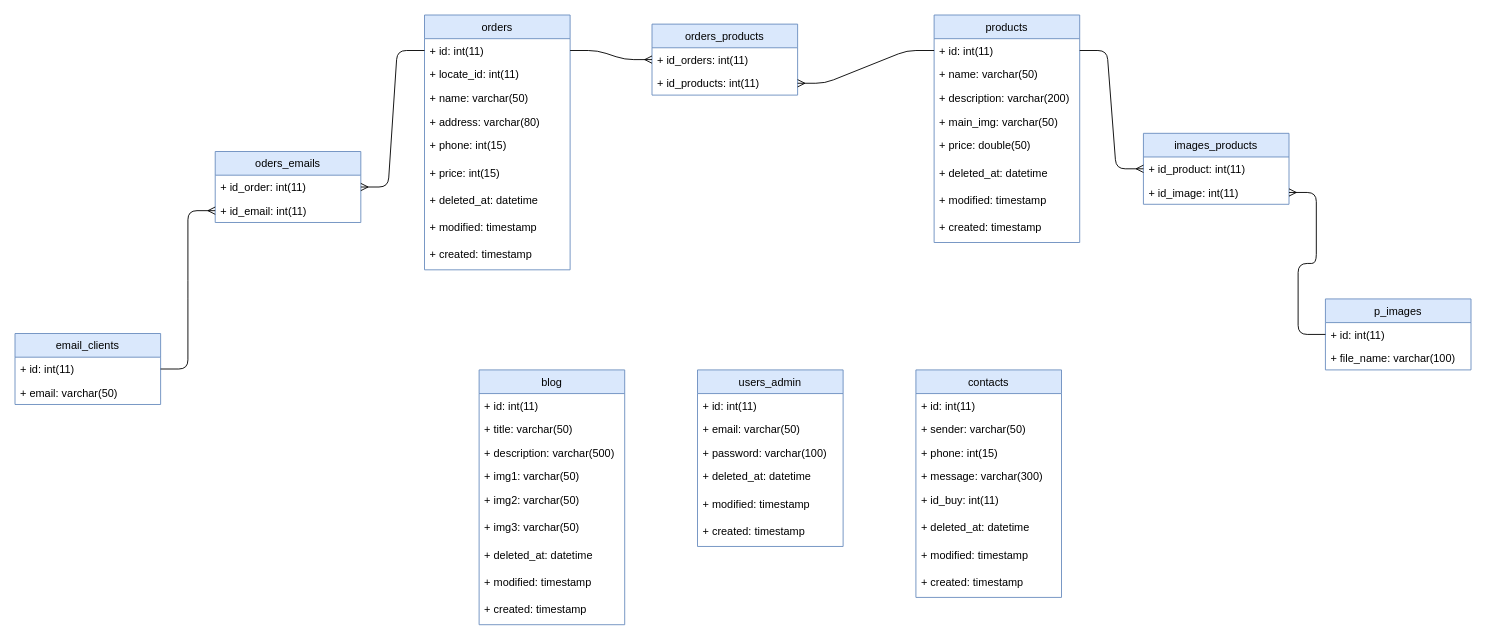
RaulBHG/TFG-Shop keeps this draw.io diagram as BBDD_diagram.drawio. Above is the earlier version. Source tidied: cells renumbered, new cells numbered last; positions are measured from the earlier drawing's top-left corner, leaving out a move shared by most shapes. Both pictures are drawn from the tidied source at 91%, with x=0, y=0 at pixel (15, 15).
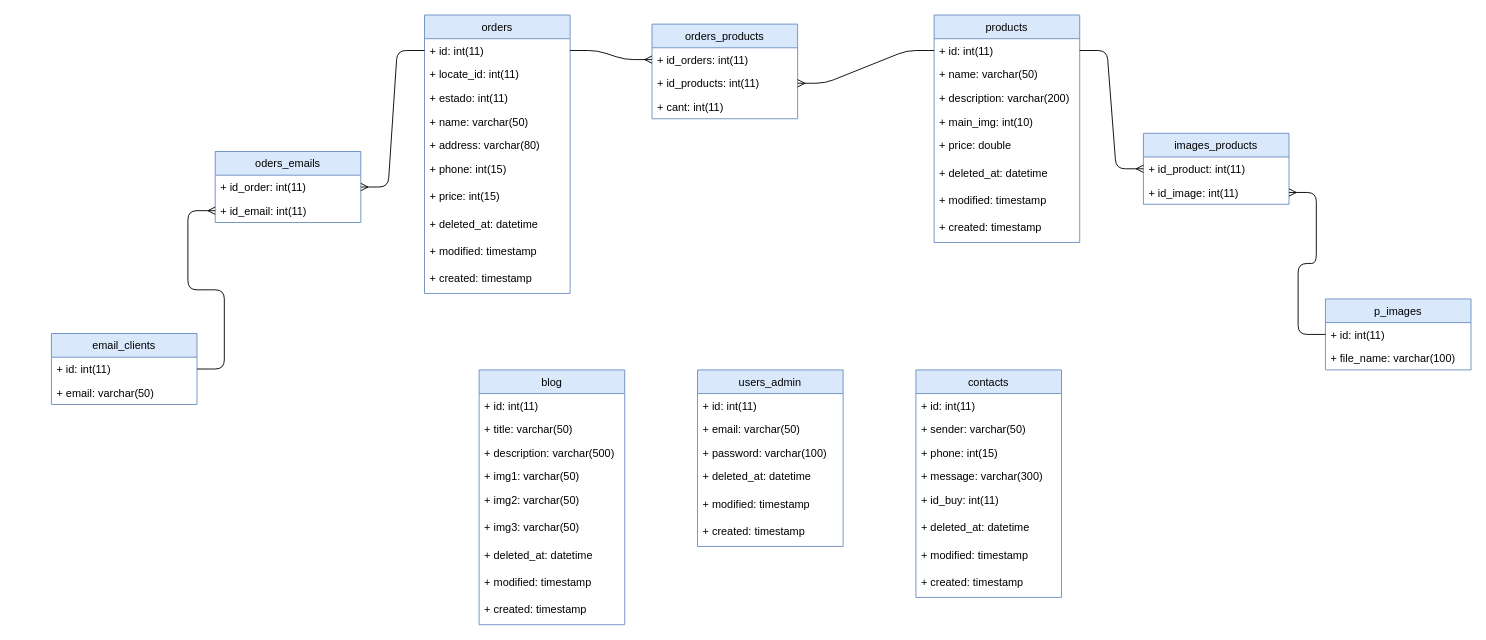
Above is the later version.

Unchanged cells that the change refers to:
```xml
<mxCell id="12" value="products" style="swimlane;fontStyle=0;horizontal=1;startSize=26;fillColor=#dae8fc;strokeColor=#6c8ebf;" parent="1" vertex="1">
  <mxGeometry x="1010" width="160" height="250" as="geometry" />
</mxCell>
```

Change to the diagram source:
```diff
@@
-    <mxCell id="16" value="+ main_img: varchar(50)" style="text;strokeColor=none;fillColor=none;align=left;verticalAlign=top;spacingLeft=4;spacingRight=4;overflow=hidden;" parent="12" vertex="1">
+    <mxCell id="16" value="+ main_img: int(10)" style="text;strokeColor=none;fillColor=none;align=left;verticalAlign=top;spacingLeft=4;spacingRight=4;overflow=hidden;" parent="12" vertex="1">
       <mxGeometry y="104" width="160" height="26" as="geometry" />
     </mxCell>
-    <mxCell id="17" value="+ price: double(50)" style="text;strokeColor=none;fillColor=none;align=left;verticalAlign=top;spacingLeft=4;spacingRight=4;overflow=hidden;" parent="12" vertex="1">
+    <mxCell id="17" value="+ price: double&#10;" style="text;strokeColor=none;fillColor=none;align=left;verticalAlign=top;spacingLeft=4;spacingRight=4;overflow=hidden;" parent="12" vertex="1">
       <mxGeometry y="130" width="160" height="30" as="geometry" />
     </mxCell>
@@
     <mxCell id="36" value="email_clients" style="swimlane;fontStyle=0;horizontal=1;startSize=26;fillColor=#dae8fc;strokeColor=#6c8ebf;" parent="1" vertex="1">
-      <mxGeometry y="350" width="160" height="78" as="geometry" />
+      <mxGeometry x="40" y="350" width="160" height="78" as="geometry" />
     </mxCell>
@@
     <mxCell id="49" value="orders" style="swimlane;fontStyle=0;horizontal=1;startSize=26;fillColor=#dae8fc;strokeColor=#6c8ebf;" parent="1" vertex="1">
-      <mxGeometry x="450" width="160" height="280" as="geometry" />
+      <mxGeometry x="450" width="160" height="306" as="geometry" />
     </mxCell>
@@
+    <mxCell id="68" value="+ estado: int(11)" style="text;strokeColor=none;fillColor=none;align=left;verticalAlign=top;spacingLeft=4;spacingRight=4;overflow=hidden;" parent="49" vertex="1">
+      <mxGeometry y="78" width="160" height="26" as="geometry" />
+    </mxCell>
     <mxCell id="52" value="+ name: varchar(50)" style="text;strokeColor=none;fillColor=none;align=left;verticalAlign=top;spacingLeft=4;spacingRight=4;overflow=hidden;" parent="49" vertex="1">
-      <mxGeometry y="78" width="160" height="26" as="geometry" />
+      <mxGeometry y="104" width="160" height="26" as="geometry" />
     </mxCell>
     <mxCell id="53" value="+ address: varchar(80)" style="text;strokeColor=none;fillColor=none;align=left;verticalAlign=top;spacingLeft=4;spacingRight=4;overflow=hidden;" parent="49" vertex="1">
-      <mxGeometry y="104" width="160" height="26" as="geometry" />
+      <mxGeometry y="130" width="160" height="26" as="geometry" />
     </mxCell>
     <mxCell id="54" value="+ phone: int(15)" style="text;strokeColor=none;fillColor=none;align=left;verticalAlign=top;spacingLeft=4;spacingRight=4;overflow=hidden;" parent="49" vertex="1">
-      <mxGeometry y="130" width="160" height="30" as="geometry" />
+      <mxGeometry y="156" width="160" height="30" as="geometry" />
     </mxCell>
     <mxCell id="55" value="+ price: int(15)" style="text;strokeColor=none;fillColor=none;align=left;verticalAlign=top;spacingLeft=4;spacingRight=4;overflow=hidden;" parent="49" vertex="1">
-      <mxGeometry y="160" width="160" height="30" as="geometry" />
+      <mxGeometry y="186" width="160" height="30" as="geometry" />
     </mxCell>
     <mxCell id="56" value="+ deleted_at: datetime" style="text;strokeColor=none;fillColor=none;align=left;verticalAlign=top;spacingLeft=4;spacingRight=4;overflow=hidden;" parent="49" vertex="1">
-      <mxGeometry y="190" width="160" height="30" as="geometry" />
+      <mxGeometry y="216" width="160" height="30" as="geometry" />
     </mxCell>
     <mxCell id="57" value="+ modified: timestamp" style="text;strokeColor=none;fillColor=none;align=left;verticalAlign=top;spacingLeft=4;spacingRight=4;overflow=hidden;" parent="49" vertex="1">
-      <mxGeometry y="220" width="160" height="30" as="geometry" />
+      <mxGeometry y="246" width="160" height="30" as="geometry" />
     </mxCell>
     <mxCell id="58" value="+ created: timestamp" style="text;strokeColor=none;fillColor=none;align=left;verticalAlign=top;spacingLeft=4;spacingRight=4;overflow=hidden;" parent="49" vertex="1">
-      <mxGeometry y="250" width="160" height="30" as="geometry" />
+      <mxGeometry y="276" width="160" height="30" as="geometry" />
     </mxCell>
     <mxCell id="59" value="orders_products" style="swimlane;fontStyle=0;horizontal=1;startSize=26;fillColor=#dae8fc;strokeColor=#6c8ebf;" parent="1" vertex="1">
-      <mxGeometry x="700" y="10" width="160" height="78" as="geometry" />
+      <mxGeometry x="700" y="10" width="160" height="104" as="geometry" />
     </mxCell>
@@
+    <mxCell id="69" value="+ cant: int(11)" style="text;strokeColor=none;fillColor=none;align=left;verticalAlign=top;spacingLeft=4;spacingRight=4;overflow=hidden;" parent="59" vertex="1">
+      <mxGeometry y="78" width="160" height="26" as="geometry" />
+    </mxCell>
```
